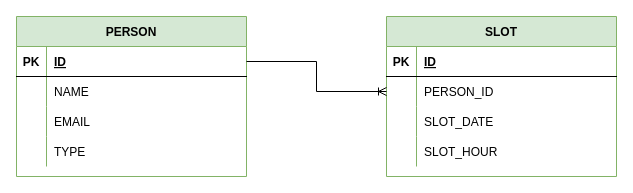
Before: src/main/resources/db/db_structure.drawio in ZehT/bridge351-interview-calendar-api, a draw.io diagram. Source tidied: cells renumbered, new cells numbered last; positions are measured from the earlier drawing's top-left corner, leaving out a move shared by most shapes. Both pictures are drawn from the tidied source at 100%, with x=0, y=0 at pixel (16, 16).
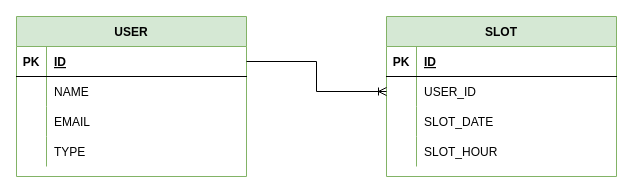
After the change.

Unchanged cells that the change refers to:
```xml
<mxCell id="6" style="shape=tableRow;horizontal=0;startSize=0;swimlaneHead=0;swimlaneBody=0;fillColor=none;points=[[0,0.5],[1,0.5]];portConstraint=eastwest;top=0;left=0;right=0;bottom=0;fontSize=12;strokeColor=default;" parent="2" vertex="1">
  <mxGeometry y="60" width="230" height="30" as="geometry" />
</mxCell>
```

What changed in the source:
```diff
@@
-    <mxCell id="8" value="PERSON_ID" style="shape=partialRectangle;fillColor=none;top=0;left=0;bottom=0;right=0;align=left;spacingLeft=6;overflow=hidden;fontSize=12;strokeColor=default;" parent="6" vertex="1">
+    <mxCell id="8" value="USER_ID" style="shape=partialRectangle;fillColor=none;top=0;left=0;bottom=0;right=0;align=left;spacingLeft=6;overflow=hidden;fontSize=12;strokeColor=default;" parent="6" vertex="1">
       <mxGeometry x="30" width="200" height="30" as="geometry" />
     </mxCell>
@@
-    <mxCell id="15" value="PERSON" style="shape=table;startSize=30;childLayout=tableLayout;rowLines=0;fontStyle=1;align=center;fontSize=12;strokeColor=#82b366;fillColor=#d5e8d4;" parent="1" vertex="1">
+    <mxCell id="15" value="USER" style="shape=table;startSize=30;childLayout=tableLayout;rowLines=0;fontStyle=1;align=center;fontSize=12;strokeColor=#82b366;fillColor=#d5e8d4;" parent="1" vertex="1">
       <mxGeometry width="230" height="160" as="geometry" />
     </mxCell>
```
